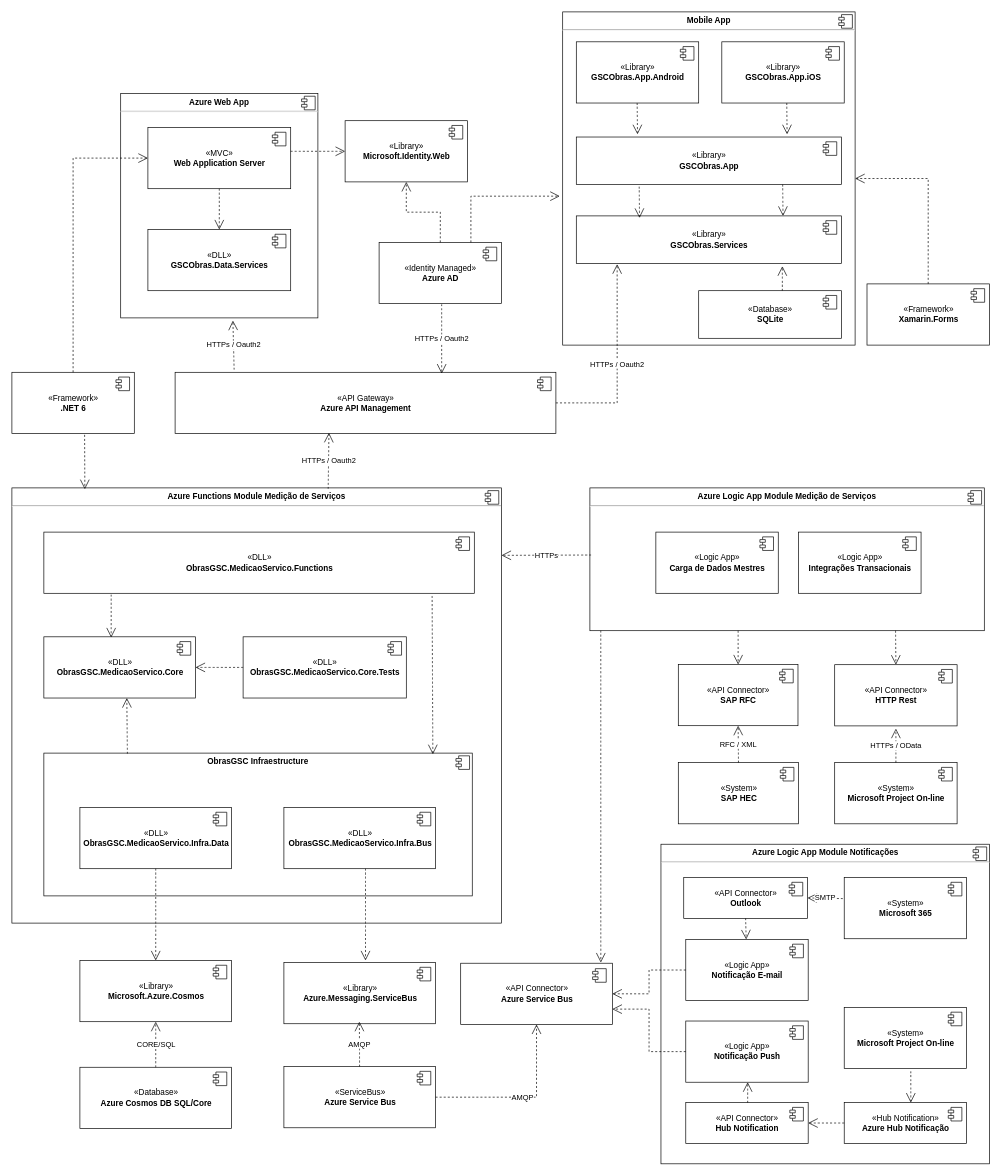
Above: page "Componentes" (3 of 4) of docs/etapa2/diagramas-pucminas-2021.drawio in aizefler/pucminas (draw.io), before the change. Source tidied: cells renumbered, new cells numbered last; positions are measured from the earlier drawing's top-left corner, leaving out a move shared by most shapes. Both pictures are drawn from the tidied source at 68%, with x=0, y=0 at pixel (12, 12).
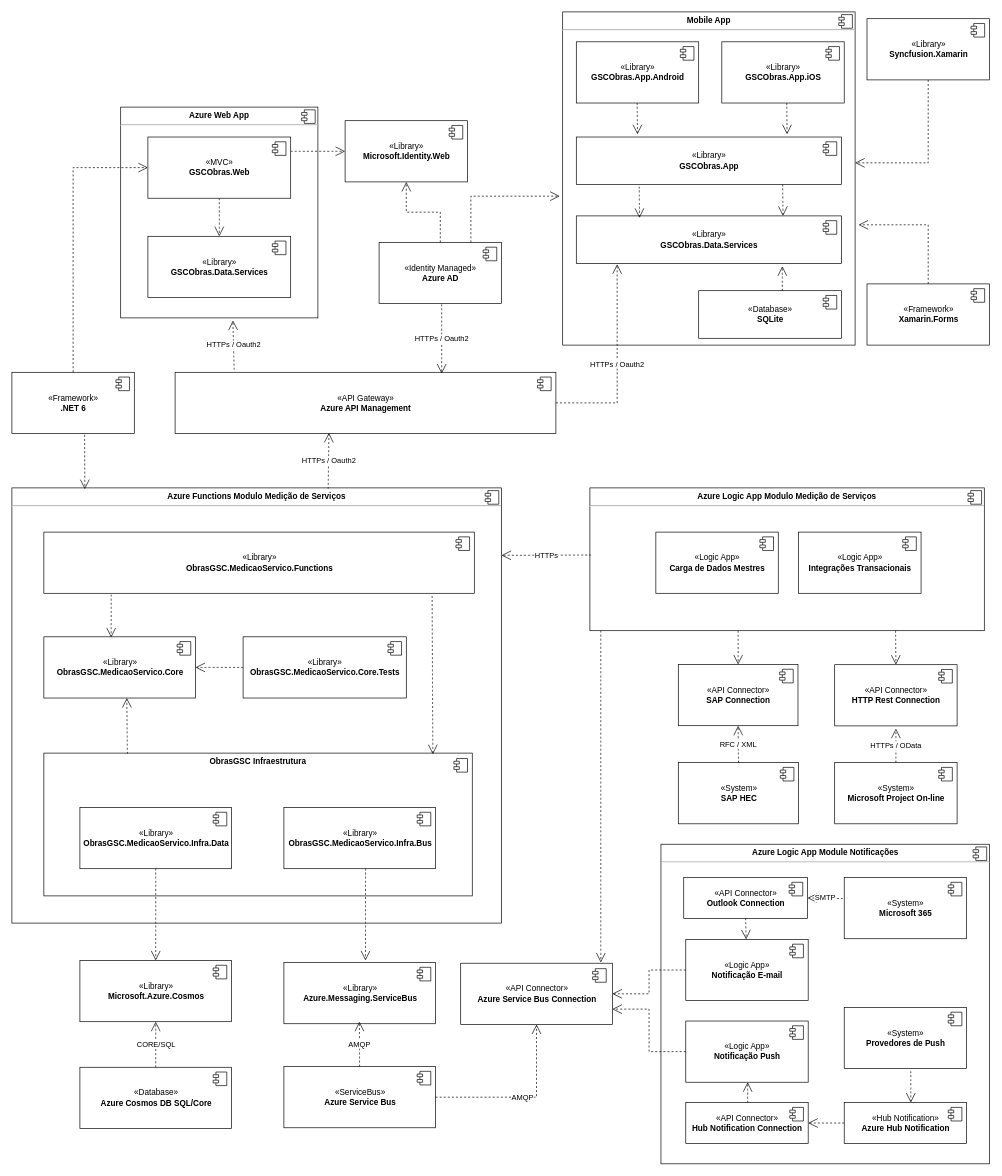
The same diagram, later.

Commit message (it also covers changes not shown here):
Documentação das seções dos diagramas de containeres e componentes

The change refers to these unchanged cells:
```xml
<mxCell id="100" value="&lt;p style=&quot;margin: 0px ; margin-top: 6px ; text-align: center&quot;&gt;&lt;b&gt;Mobile App&lt;/b&gt;&lt;/p&gt;&lt;hr&gt;&lt;p style=&quot;margin: 0px ; margin-left: 8px&quot;&gt;&lt;br&gt;&lt;/p&gt;" style="align=left;overflow=fill;html=1;" parent="1" vertex="1">
  <mxGeometry x="810" width="430" height="490" as="geometry" />
</mxCell>
<mxCell id="102" value="«Framework»&lt;br&gt;&lt;b&gt;Xamarin.Forms&lt;/b&gt;" style="html=1;" parent="1" vertex="1">
  <mxGeometry x="1257.5" y="400" width="180" height="90" as="geometry" />
</mxCell>
```

Diff of the diagram source:
```diff
@@
     <mxCell id="4" value="&lt;p style=&quot;margin: 0px ; margin-top: 6px ; text-align: center&quot;&gt;&lt;b&gt;Azure Web App&lt;/b&gt;&lt;/p&gt;&lt;hr&gt;&lt;p style=&quot;margin: 0px ; margin-left: 8px&quot;&gt;&lt;br&gt;&lt;/p&gt;" style="align=left;overflow=fill;html=1;" parent="1" vertex="1">
-      <mxGeometry x="160" y="120" width="290" height="330" as="geometry" />
+      <mxGeometry x="160" y="140" width="290" height="310" as="geometry" />
     </mxCell>
@@
-    <mxCell id="6" value="«MVC»&lt;br&gt;&lt;b&gt;Web Application Server&lt;/b&gt;" style="html=1;" parent="1" vertex="1">
-      <mxGeometry x="200" y="170" width="210" height="90" as="geometry" />
+    <mxCell id="6" value="«MVC»&lt;br&gt;&lt;b&gt;GSCObras.Web&lt;/b&gt;" style="html=1;" parent="1" vertex="1">
+      <mxGeometry x="200" y="184" width="210" height="90" as="geometry" />
     </mxCell>
@@
-    <mxCell id="11" value="«DLL»&lt;br&gt;&lt;b&gt;GSCObras.Data.Services&lt;/b&gt;" style="html=1;" parent="1" vertex="1">
-      <mxGeometry x="200" y="320" width="210" height="90" as="geometry" />
+    <mxCell id="11" value="«Library»&lt;br&gt;&lt;b&gt;GSCObras.Data.Services&lt;/b&gt;" style="html=1;" parent="1" vertex="1">
+      <mxGeometry x="200" y="330" width="210" height="90" as="geometry" />
     </mxCell>
@@
-    <mxCell id="15" value="&lt;p style=&quot;margin: 0px ; margin-top: 6px ; text-align: center&quot;&gt;&lt;b&gt;Azure Functions Module Medição de Serviços&lt;/b&gt;&lt;/p&gt;&lt;hr&gt;&lt;p style=&quot;margin: 0px ; margin-left: 8px&quot;&gt;&lt;br&gt;&lt;/p&gt;" style="align=left;overflow=fill;html=1;" parent="1" vertex="1">
+    <mxCell id="15" value="&lt;p style=&quot;margin: 0px ; margin-top: 6px ; text-align: center&quot;&gt;&lt;b&gt;Azure Functions Modulo Medição de Serviços&lt;/b&gt;&lt;/p&gt;&lt;hr&gt;&lt;p style=&quot;margin: 0px ; margin-left: 8px&quot;&gt;&lt;br&gt;&lt;/p&gt;" style="align=left;overflow=fill;html=1;" parent="1" vertex="1">
       <mxGeometry y="700" width="720" height="640" as="geometry" />
     </mxCell>
@@
-    <mxCell id="17" value="«DLL»&lt;br&gt;&lt;b&gt;ObrasGSC.MedicaoServico.Functions&lt;/b&gt;" style="html=1;" parent="1" vertex="1">
+    <mxCell id="17" value="«Library»&lt;br&gt;&lt;b&gt;ObrasGSC.MedicaoServico.Functions&lt;/b&gt;" style="html=1;" parent="1" vertex="1">
       <mxGeometry x="47" y="765" width="633" height="90" as="geometry" />
     </mxCell>
@@
-    <mxCell id="19" value="«DLL»&lt;br&gt;&lt;b&gt;ObrasGSC.MedicaoServico.Core&lt;/b&gt;" style="html=1;" parent="1" vertex="1">
+    <mxCell id="19" value="«Library»&lt;br&gt;&lt;b&gt;ObrasGSC.MedicaoServico.Core&lt;/b&gt;" style="html=1;" parent="1" vertex="1">
       <mxGeometry x="47" y="919" width="223" height="90" as="geometry" />
     </mxCell>
@@
-    <mxCell id="21" value="«DLL»&lt;br&gt;&lt;b&gt;ObrasGSC.MedicaoServico.Core.Tests&lt;/b&gt;" style="html=1;" parent="1" vertex="1">
+    <mxCell id="21" value="«Library»&lt;br&gt;&lt;b&gt;ObrasGSC.MedicaoServico.Core.Tests&lt;/b&gt;" style="html=1;" parent="1" vertex="1">
       <mxGeometry x="340" y="919" width="240" height="90" as="geometry" />
     </mxCell>
@@
-    <mxCell id="23" value="&lt;p style=&quot;margin: 0px ; margin-top: 6px ; text-align: center&quot;&gt;&lt;b&gt;ObrasGSC Infraestructure&lt;/b&gt;&lt;/p&gt;" style="align=left;overflow=fill;html=1;" parent="1" vertex="1">
+    <mxCell id="23" value="&lt;p style=&quot;margin: 0px ; margin-top: 6px ; text-align: center&quot;&gt;&lt;b&gt;ObrasGSC Infraestrutura&lt;/b&gt;&lt;/p&gt;" style="align=left;overflow=fill;html=1;" parent="1" vertex="1">
       <mxGeometry x="47" y="1090" width="630" height="210" as="geometry" />
     </mxCell>
-    <mxCell id="24" style="shape=component;jettyWidth=8;jettyHeight=4;" parent="23" vertex="1">
-      <mxGeometry x="1" width="20" height="20" relative="1" as="geometry">
-        <mxPoint x="-24" y="4" as="offset" />
-      </mxGeometry>
-    </mxCell>
@@
-    <mxCell id="30" value="«DLL»&lt;br&gt;&lt;b&gt;ObrasGSC.MedicaoServico.Infra.Data&lt;/b&gt;" style="html=1;" parent="1" vertex="1">
+    <mxCell id="30" value="«Library»&lt;br&gt;&lt;b&gt;ObrasGSC.MedicaoServico.Infra.Data&lt;/b&gt;" style="html=1;" parent="1" vertex="1">
       <mxGeometry x="100" y="1170" width="223" height="90" as="geometry" />
     </mxCell>
@@
-    <mxCell id="32" value="«DLL»&lt;br&gt;&lt;b&gt;ObrasGSC.MedicaoServico.Infra.Bus&lt;/b&gt;" style="html=1;" parent="1" vertex="1">
+    <mxCell id="32" value="«Library»&lt;br&gt;&lt;b&gt;ObrasGSC.MedicaoServico.Infra.Bus&lt;/b&gt;" style="html=1;" parent="1" vertex="1">
       <mxGeometry x="400" y="1170" width="223" height="90" as="geometry" />
     </mxCell>
@@
-    <mxCell id="54" value="&lt;p style=&quot;margin: 0px ; margin-top: 6px ; text-align: center&quot;&gt;&lt;b&gt;Azure Logic App Module Medição de Serviços&lt;/b&gt;&lt;/p&gt;&lt;hr&gt;&lt;p style=&quot;margin: 0px ; margin-left: 8px&quot;&gt;&lt;br&gt;&lt;/p&gt;" style="align=left;overflow=fill;html=1;" parent="1" vertex="1">
+    <mxCell id="54" value="&lt;p style=&quot;margin: 0px ; margin-top: 6px ; text-align: center&quot;&gt;&lt;b&gt;Azure Logic App Modulo Medição de Serviços&lt;/b&gt;&lt;/p&gt;&lt;hr&gt;&lt;p style=&quot;margin: 0px ; margin-left: 8px&quot;&gt;&lt;br&gt;&lt;/p&gt;" style="align=left;overflow=fill;html=1;" parent="1" vertex="1">
       <mxGeometry x="850" y="700" width="580" height="210" as="geometry" />
     </mxCell>
@@
-    <mxCell id="56" value="«API Connector»&lt;br&gt;&lt;b&gt;Azure Service Bus&lt;/b&gt;" style="html=1;" parent="1" vertex="1">
+    <mxCell id="56" value="«API Connector»&lt;br&gt;&lt;b&gt;Azure Service Bus&amp;nbsp;&lt;/b&gt;&lt;b&gt;Connection&lt;/b&gt;" style="html=1;" parent="1" vertex="1">
       <mxGeometry x="660" y="1399" width="223" height="90" as="geometry" />
     </mxCell>
@@
-    <mxCell id="63" value="«API Connector»&lt;br&gt;&lt;b&gt;SAP RFC&lt;/b&gt;" style="html=1;" parent="1" vertex="1">
+    <mxCell id="63" value="«API Connector»&lt;br&gt;&lt;b&gt;SAP Connection&lt;/b&gt;" style="html=1;" parent="1" vertex="1">
       <mxGeometry x="980" y="959.7" width="176" height="90" as="geometry" />
     </mxCell>
@@
-    <mxCell id="69" value="«API Connector»&lt;br&gt;&lt;b&gt;HTTP Rest&lt;/b&gt;" style="html=1;" parent="1" vertex="1">
+    <mxCell id="69" value="«API Connector»&lt;br&gt;&lt;b&gt;HTTP Rest Connection&lt;/b&gt;" style="html=1;" parent="1" vertex="1">
       <mxGeometry x="1210" y="960" width="180" height="90" as="geometry" />
     </mxCell>
@@
-    <mxCell id="85" value="«API Connector»&lt;br&gt;&lt;b&gt;Outlook&lt;/b&gt;" style="html=1;" parent="1" vertex="1">
+    <mxCell id="85" value="«API Connector»&lt;br&gt;&lt;b&gt;Outlook Connection&lt;/b&gt;" style="html=1;" parent="1" vertex="1">
       <mxGeometry x="988" y="1273" width="182" height="60" as="geometry" />
     </mxCell>
@@
-    <mxCell id="87" value="«API Connector»&lt;br&gt;&lt;b&gt;Hub Notification&lt;/b&gt;" style="html=1;" parent="1" vertex="1">
+    <mxCell id="87" value="«API Connector»&lt;br&gt;&lt;b&gt;Hub Notification Connection&lt;/b&gt;" style="html=1;" parent="1" vertex="1">
       <mxGeometry x="991" y="1604" width="180" height="60" as="geometry" />
     </mxCell>
@@
-    <mxCell id="89" value="«Hub Notification»&lt;br&gt;&lt;b&gt;Azure Hub Notificação&lt;/b&gt;" style="html=1;" parent="1" vertex="1">
+    <mxCell id="89" value="«Hub Notification»&lt;br&gt;&lt;b&gt;Azure Hub Notification&lt;/b&gt;" style="html=1;" parent="1" vertex="1">
       <mxGeometry x="1224" y="1604" width="180" height="60" as="geometry" />
     </mxCell>
@@
-    <mxCell id="95" value="«System»&lt;br&gt;&lt;b&gt;Microsoft Project On-line&lt;/b&gt;" style="html=1;" parent="1" vertex="1">
+    <mxCell id="95" value="«System»&lt;br&gt;&lt;b&gt;Provedores de Push&lt;/b&gt;" style="html=1;" parent="1" vertex="1">
       <mxGeometry x="1224" y="1464" width="180" height="90" as="geometry" />
     </mxCell>
@@
-    <mxCell id="110" value="«Library»&lt;br&gt;&lt;b&gt;GSCObras.Services&lt;/b&gt;" style="html=1;" parent="1" vertex="1">
+    <mxCell id="110" value="«Library»&lt;br&gt;&lt;b&gt;GSCObras.Data.Services&lt;/b&gt;" style="html=1;" parent="1" vertex="1">
       <mxGeometry x="830" y="300" width="390" height="70" as="geometry" />
     </mxCell>
@@
-    <mxCell id="120" style="endArrow=open;endSize=12;dashed=1;html=1;rounded=0;labelBackgroundColor=#FFFFFF;entryX=1;entryY=0.5;entryDx=0;entryDy=0;exitX=0.5;exitY=0;exitDx=0;exitDy=0;edgeStyle=orthogonalEdgeStyle;" parent="1" edge="1" source="102" target="100">
+    <mxCell id="120" style="endArrow=open;endSize=12;dashed=1;html=1;rounded=0;labelBackgroundColor=#FFFFFF;entryX=1.012;entryY=0.639;entryDx=0;entryDy=0;exitX=0.5;exitY=0;exitDx=0;exitDy=0;edgeStyle=orthogonalEdgeStyle;entryPerimeter=0;" parent="1" edge="1" source="102" target="100">
       <mxGeometry relative="1" as="geometry" />
     </mxCell>
@@
+    <mxCell id="122" value="«Library»&lt;br&gt;&lt;b&gt;Syncfusion.Xamarin&lt;/b&gt;" style="html=1;" parent="1" vertex="1">
+      <mxGeometry x="1257.5" y="10" width="180" height="90" as="geometry" />
+    </mxCell>
+    <mxCell id="123" style="shape=module;jettyWidth=8;jettyHeight=4;" parent="122" vertex="1">
+      <mxGeometry x="1" width="20" height="20" relative="1" as="geometry">
+        <mxPoint x="-27" y="7" as="offset" />
+      </mxGeometry>
+    </mxCell>
+    <mxCell id="124" style="endArrow=open;endSize=12;dashed=1;html=1;rounded=0;labelBackgroundColor=#FFFFFF;entryX=1;entryY=0.453;entryDx=0;entryDy=0;exitX=0.5;exitY=1;exitDx=0;exitDy=0;edgeStyle=orthogonalEdgeStyle;entryPerimeter=0;" parent="1" edge="1" source="122" target="100">
+      <mxGeometry relative="1" as="geometry" />
+    </mxCell>
+    <mxCell id="125" style="shape=module;jettyWidth=8;jettyHeight=4;" parent="1" vertex="1">
+      <mxGeometry x="650" y="1098" width="20" height="20" as="geometry" />
+    </mxCell>
```
